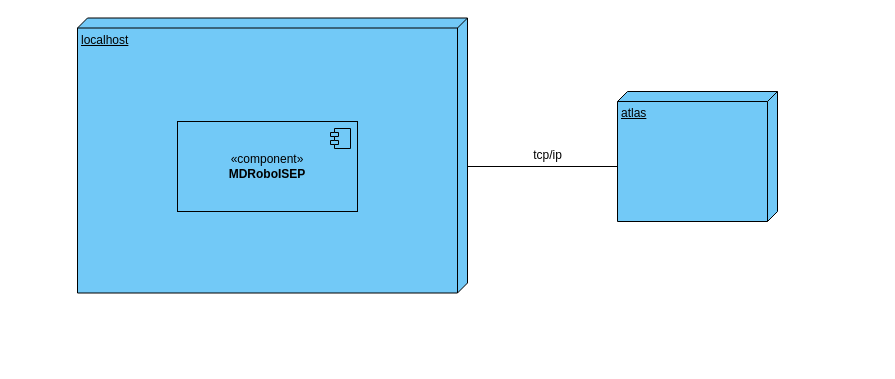
Above: docs/N2/VF.drawio in SEM5PI2324G58/sem5pi_g58_23_24 (draw.io), before the change. Source tidied: cells renumbered, new cells numbered last; positions are measured from the earlier drawing's top-left corner, leaving out a move shared by most shapes. Both pictures are drawn from the tidied source at 100%, with x=0, y=0 at pixel (77, 17).
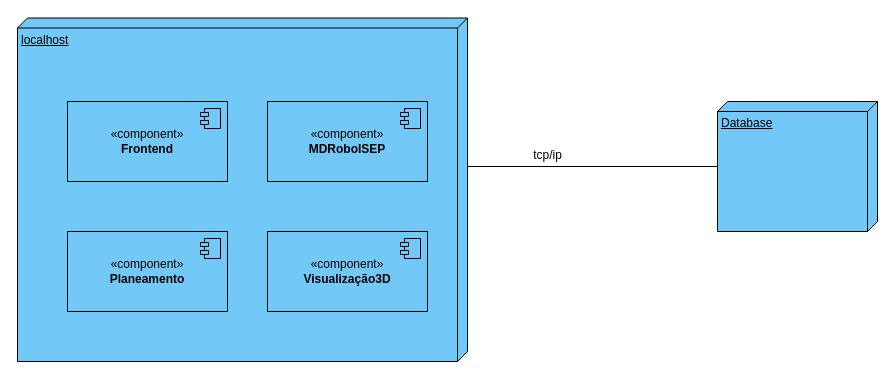
Above is the later version.

The edit, as a diff of the source:
```diff
@@
 <mxGraphModel>
   <root>
     <mxCell id="0" />
     <mxCell id="1" parent="0" />
     <mxCell id="2" value="localhost" style="verticalAlign=top;align=left;spacingTop=8;spacingLeft=2;spacingRight=12;shape=cube;size=10;direction=south;fontStyle=4;html=1;whiteSpace=wrap;fillColor=#72C9F7;" parent="1" vertex="1">
-      <mxGeometry y="0.5" width="390" height="275" as="geometry" />
+      <mxGeometry x="-60" y="0.5" width="450" height="343.5" as="geometry" />
     </mxCell>
     <mxCell id="3" style="line;strokeWidth=1;fillColor=#72C9F7;align=left;verticalAlign=middle;spacingTop=-1;spacingLeft=3;spacingRight=3;labelPosition=right;strokeColor=inherit;" parent="1" vertex="1">
-      <mxGeometry x="390" y="145" width="160" height="8" as="geometry" />
+      <mxGeometry x="390" y="145" width="250" height="8" as="geometry" />
     </mxCell>
-    <mxCell id="4" value="atlas" style="verticalAlign=top;align=left;spacingTop=8;spacingLeft=2;spacingRight=12;shape=cube;size=10;direction=south;fontStyle=4;html=1;whiteSpace=wrap;fillColor=#72C9F7;" parent="1" vertex="1">
-      <mxGeometry x="540" y="74" width="160" height="130" as="geometry" />
+    <mxCell id="4" value="Database" style="verticalAlign=top;align=left;spacingTop=8;spacingLeft=2;spacingRight=12;shape=cube;size=10;direction=south;fontStyle=4;html=1;whiteSpace=wrap;fillColor=#72C9F7;" parent="1" vertex="1">
+      <mxGeometry x="640" y="84" width="160" height="130" as="geometry" />
     </mxCell>
     <mxCell id="5" value="tcp/ip" style="text;html=1;align=center;verticalAlign=middle;strokeColor=none;fillColor=none;" parent="1" vertex="1">
       <mxGeometry x="445" y="123" width="50" height="30" as="geometry" />
     </mxCell>
-    <mxCell id="6" value="«component»&lt;br&gt;&lt;b&gt;MDRoboISEP&lt;/b&gt;" style="html=1;whiteSpace=wrap;fillColor=#72C9F7;" parent="1" vertex="1">
-      <mxGeometry x="100" y="104" width="180" height="90" as="geometry" />
+    <mxCell id="6" value="«component»&lt;br&gt;&lt;b&gt;Frontend&lt;/b&gt;" style="html=1;whiteSpace=wrap;fillColor=#72C9F7;" parent="1" vertex="1">
+      <mxGeometry x="-10" y="84" width="160" height="80" as="geometry" />
     </mxCell>
     <mxCell id="7" style="shape=module;jettyWidth=8;jettyHeight=4;fillColor=#72C9F7;" parent="6" vertex="1">
       <mxGeometry x="1" width="20" height="20" relative="1" as="geometry">
         <mxPoint x="-27" y="7" as="offset" />
       </mxGeometry>
     </mxCell>
+    <mxCell id="8" value="«component»&lt;br&gt;&lt;b&gt;MDRoboISEP&lt;/b&gt;" style="html=1;whiteSpace=wrap;fillColor=#72C9F7;" parent="1" vertex="1">
+      <mxGeometry x="190" y="84" width="160" height="80" as="geometry" />
+    </mxCell>
+    <mxCell id="9" style="shape=module;jettyWidth=8;jettyHeight=4;fillColor=#72C9F7;" parent="8" vertex="1">
+      <mxGeometry x="1" width="20" height="20" relative="1" as="geometry">
+        <mxPoint x="-27" y="7" as="offset" />
+      </mxGeometry>
+    </mxCell>
+    <mxCell id="10" value="«component»&lt;br&gt;&lt;b&gt;Planeamento&lt;/b&gt;" style="html=1;whiteSpace=wrap;fillColor=#72C9F7;" parent="1" vertex="1">
+      <mxGeometry x="-10" y="214" width="160" height="80" as="geometry" />
+    </mxCell>
+    <mxCell id="11" style="shape=module;jettyWidth=8;jettyHeight=4;fillColor=#72C9F7;" parent="10" vertex="1">
+      <mxGeometry x="1" width="20" height="20" relative="1" as="geometry">
+        <mxPoint x="-27" y="7" as="offset" />
+      </mxGeometry>
+    </mxCell>
+    <mxCell id="12" value="«component»&lt;br&gt;&lt;b&gt;Visualização3D&lt;/b&gt;" style="html=1;whiteSpace=wrap;fillColor=#72C9F7;" parent="1" vertex="1">
+      <mxGeometry x="190" y="214" width="160" height="80" as="geometry" />
+    </mxCell>
+    <mxCell id="13" style="shape=module;jettyWidth=8;jettyHeight=4;fillColor=#72C9F7;" parent="12" vertex="1">
+      <mxGeometry x="1" width="20" height="20" relative="1" as="geometry">
+        <mxPoint x="-27" y="7" as="offset" />
+      </mxGeometry>
+    </mxCell>
   </root>
 </mxGraphModel>
```
